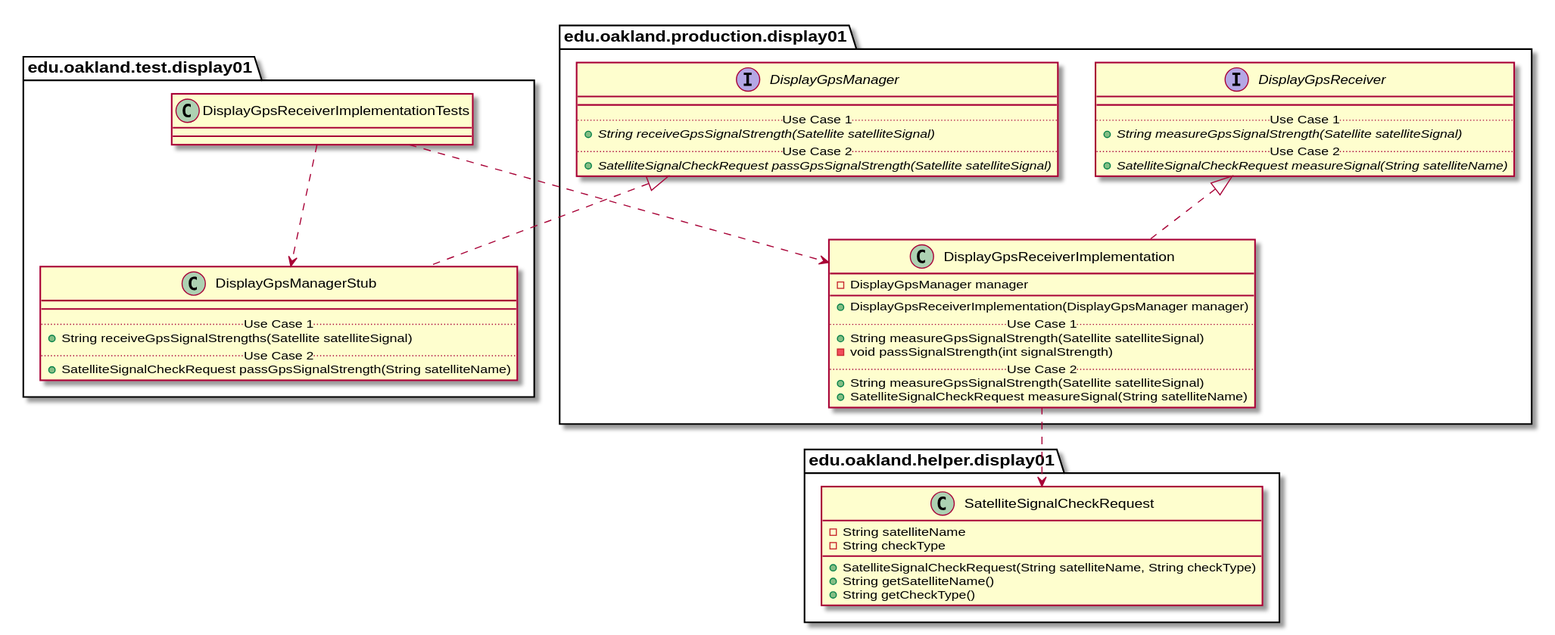
Above: docs/uml-class-diagrams/display01/test/DisplayGpsReceiverImplementationTests/DisplayGpsReceiverImplementationTests_Closure.svg in casher-ou/csi-3370-software-project (PlantUML), before the change. The source it was exported from:
```plantuml
@startuml DisplayGpsReceiverImplementationTests_Closure


package edu.oakland.test.display01 {
    class DisplayGpsReceiverImplementationTests {

    }
}




package edu.oakland.test.display01 {
    class DisplayGpsManagerStub {
        __
        .. Use Case 1 ..
        + String receiveGpsSignalStrengths(Satellite satelliteSignal)
        .. Use Case 2 ..
        + SatelliteSignalCheckRequest passGpsSignalStrength(String satelliteName)
    }
}




package edu.oakland.production.display01 {
    interface DisplayGpsManager {
        __
        .. Use Case 1 ..
        {abstract} + String receiveGpsSignalStrength(Satellite satelliteSignal)
        .. Use Case 2 ..
        {abstract} + SatelliteSignalCheckRequest passGpsSignalStrength(Satellite satelliteSignal)
    }
}






DisplayGpsManagerStub .up.|> DisplayGpsManager



DisplayGpsReceiverImplementationTests ..> DisplayGpsManagerStub



package edu.oakland.production.display01 {
    class DisplayGpsReceiverImplementation {
        - DisplayGpsManager manager
        __
        + DisplayGpsReceiverImplementation(DisplayGpsManager manager)
        .. Use Case 1 ..
        + String measureGpsSignalStrength(Satellite satelliteSignal)
        - void passSignalStrength(int signalStrength)
        .. Use Case 2 ..
        + String measureGpsSignalStrength(Satellite satelliteSignal)
        + SatelliteSignalCheckRequest measureSignal(String satelliteName)
    }
}




package edu.oakland.production.display01 {
    interface DisplayGpsReceiver {
        __
        .. Use Case 1 ..
        {abstract} + String measureGpsSignalStrength(Satellite satelliteSignal)
        .. Use Case 2 ..
        {abstract} + SatelliteSignalCheckRequest measureSignal(String satelliteName)
    }
}






DisplayGpsReceiverImplementation .up.|> DisplayGpsReceiver



package edu.oakland.helper.display01 {
    class SatelliteSignalCheckRequest {
        - String satelliteName
        - String checkType
        + SatelliteSignalCheckRequest(String satelliteName, String checkType)
        + String getSatelliteName()
        + String getCheckType()
    }
}






DisplayGpsReceiverImplementation ..> SatelliteSignalCheckRequest



DisplayGpsReceiverImplementationTests ..> DisplayGpsReceiverImplementation



@enduml
```
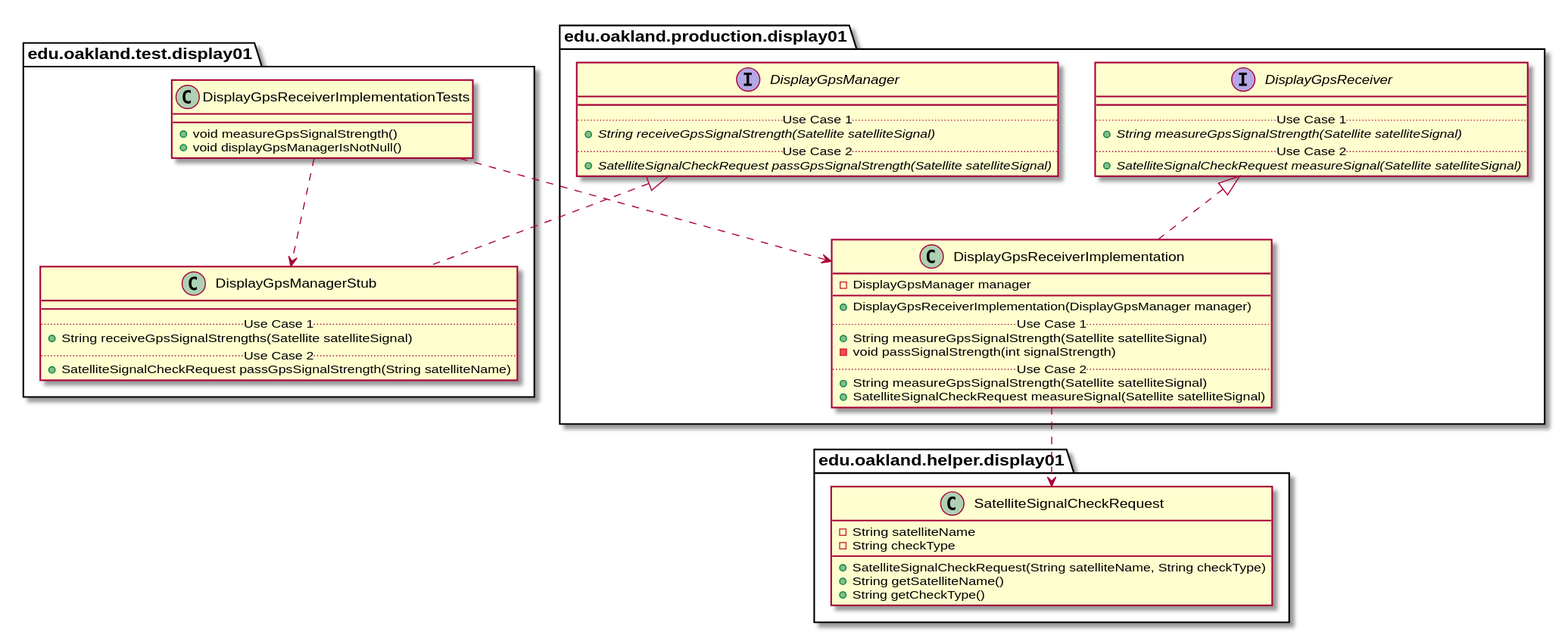
The same diagram one commit later.

What changed in the source:
```diff
@@ -3,7 +3,8 @@
 
 package edu.oakland.test.display01 {
     class DisplayGpsReceiverImplementationTests {
-
+        + void measureGpsSignalStrength()
+        + void displayGpsManagerIsNotNull()
     }
 }
 
@@ -56,7 +57,7 @@
         - void passSignalStrength(int signalStrength)
         .. Use Case 2 ..
         + String measureGpsSignalStrength(Satellite satelliteSignal)
-        + SatelliteSignalCheckRequest measureSignal(String satelliteName)
+        + SatelliteSignalCheckRequest measureSignal(Satellite satelliteSignal)
     }
 }
 
@@ -69,7 +70,7 @@
         .. Use Case 1 ..
         {abstract} + String measureGpsSignalStrength(Satellite satelliteSignal)
         .. Use Case 2 ..
-        {abstract} + SatelliteSignalCheckRequest measureSignal(String satelliteName)
+        {abstract} + SatelliteSignalCheckRequest measureSignal(Satellite satelliteSignal)
     }
 }
 
```
